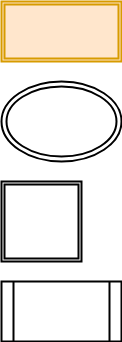
The draw.io diagram images/Second.png in ibalabala/test, before a commit. Source tidied: cells renumbered, new cells last; positions are measured from the earlier drawing's top-left corner, leaving out a move shared by most shapes. Source of this version:
```xml
<mxGraphModel background="#ffffff">
  <root>
    <mxCell id="0" />
    <mxCell id="1" parent="0" />
    <mxCell id="2" style="shape=ext;double=1;rounded=0;whiteSpace=wrap;html=1;labelBackgroundColor=#FFFF33;strokeWidth=2;fontColor=#3333FF;fillColor=#ffe6cc;strokeColor=#d79b00;" parent="1" vertex="1">
      <mxGeometry width="120" height="60" as="geometry" />
    </mxCell>
    <mxCell id="3" style="ellipse;shape=doubleEllipse;whiteSpace=wrap;html=1;labelBackgroundColor=#FFFF33;strokeWidth=2;fontColor=#3333FF;" parent="1" vertex="1">
      <mxGeometry y="80" width="120" height="80" as="geometry" />
    </mxCell>
    <mxCell id="4" style="shape=ext;double=1;whiteSpace=wrap;html=1;labelBackgroundColor=#FFFF33;strokeWidth=2;fontColor=#3333FF;" parent="1" vertex="1">
      <mxGeometry y="180" width="80" height="80" as="geometry" />
    </mxCell>
    <mxCell id="5" style="shape=process;whiteSpace=wrap;html=1;labelBackgroundColor=#FFFF33;strokeWidth=2;fontColor=#3333FF;" parent="1" vertex="1">
      <mxGeometry y="280" width="120" height="60" as="geometry" />
    </mxCell>
  </root>
</mxGraphModel>
```
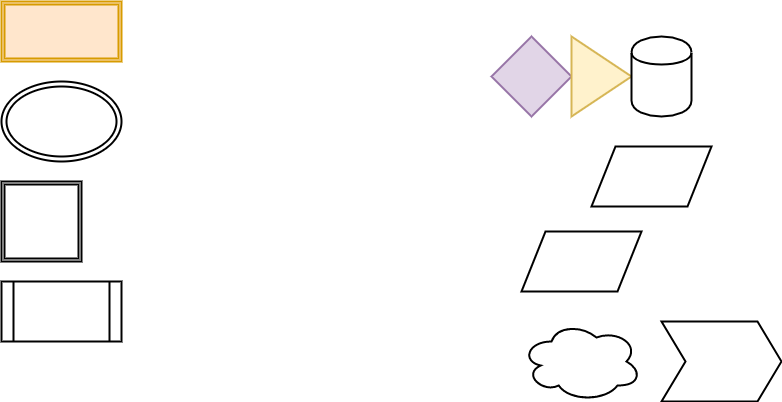
The same diagram one commit later.

What changed in the source:
```diff
@@ -14,5 +14,27 @@
     <mxCell id="5" style="shape=process;whiteSpace=wrap;html=1;labelBackgroundColor=#FFFF33;strokeWidth=2;fontColor=#3333FF;" parent="1" vertex="1">
       <mxGeometry y="280" width="120" height="60" as="geometry" />
     </mxCell>
+    <mxCell id="6" value="Untitled Layer" parent="0" />
+    <mxCell id="7" style="rhombus;whiteSpace=wrap;html=1;labelBackgroundColor=#FFFF33;strokeWidth=2;fontColor=#3333FF;fillColor=#e1d5e7;strokeColor=#9673a6;" parent="6" vertex="1">
+      <mxGeometry x="490" y="35" width="80" height="80" as="geometry" />
+    </mxCell>
+    <mxCell id="8" style="triangle;whiteSpace=wrap;html=1;labelBackgroundColor=#FFFF33;strokeWidth=2;fontColor=#3333FF;fillColor=#fff2cc;strokeColor=#d6b656;" parent="6" vertex="1">
+      <mxGeometry x="570" y="35" width="60" height="80" as="geometry" />
+    </mxCell>
+    <mxCell id="9" style="shape=cylinder;whiteSpace=wrap;html=1;boundedLbl=1;labelBackgroundColor=#FFFF33;strokeWidth=2;fontColor=#3333FF;" parent="6" vertex="1">
+      <mxGeometry x="630" y="35" width="60" height="80" as="geometry" />
+    </mxCell>
+    <mxCell id="10" style="shape=parallelogram;perimeter=parallelogramPerimeter;whiteSpace=wrap;html=1;labelBackgroundColor=#FFFF33;strokeWidth=2;fontColor=#3333FF;" parent="6" vertex="1">
+      <mxGeometry x="590" y="145" width="120" height="60" as="geometry" />
+    </mxCell>
+    <mxCell id="11" style="shape=parallelogram;perimeter=parallelogramPerimeter;whiteSpace=wrap;html=1;labelBackgroundColor=#FFFF33;strokeWidth=2;fontColor=#3333FF;" parent="6" vertex="1">
+      <mxGeometry x="520" y="230" width="120" height="60" as="geometry" />
+    </mxCell>
+    <mxCell id="12" style="ellipse;shape=cloud;whiteSpace=wrap;html=1;labelBackgroundColor=#FFFF33;strokeWidth=2;fontColor=#3333FF;" parent="6" vertex="1">
+      <mxGeometry x="520" y="320" width="120" height="80" as="geometry" />
+    </mxCell>
+    <mxCell id="13" style="shape=step;perimeter=stepPerimeter;whiteSpace=wrap;html=1;labelBackgroundColor=#FFFF33;strokeWidth=2;fontColor=#3333FF;" parent="6" vertex="1">
+      <mxGeometry x="660" y="320" width="120" height="80" as="geometry" />
+    </mxCell>
   </root>
 </mxGraphModel>
```
